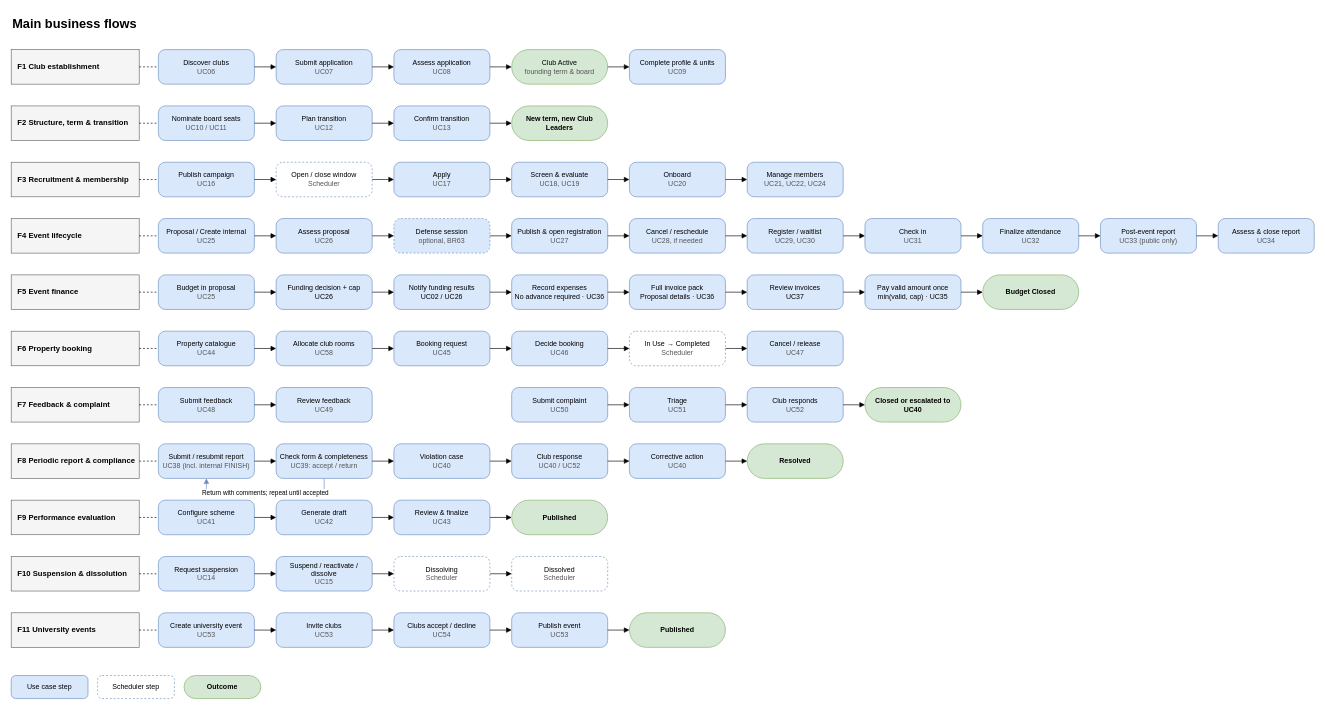
The draw.io diagram page "Main business flows" (2 of 2) of docs/03-diagrams/UCMS_Organization_and_Flows.drawio in nvdekay/ClubManagementSystem, before the edit. Source tidied: cells renumbered, new cells numbered last; positions are measured from the earlier drawing's top-left corner, leaving out a move shared by most shapes. Both pictures are drawn from the tidied source at 64%, with x=0, y=0 at pixel (11, 11).
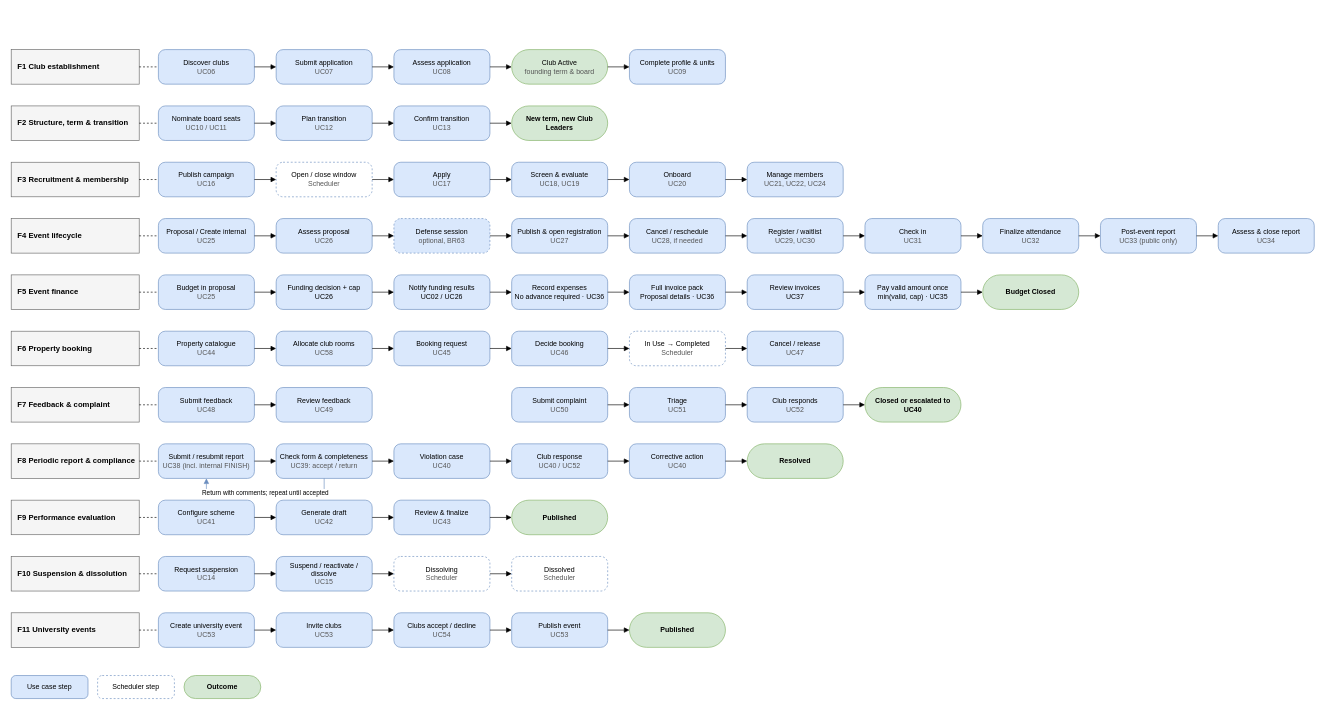
The same page after the edit.

Change to the diagram source:
```diff
@@
-    <mxCell id="2" value="Main business flows" style="text;html=1;fontSize=20;fontStyle=1;" parent="1" vertex="1">
-      <mxGeometry width="600" height="30" as="geometry" />
-    </mxCell>
```
